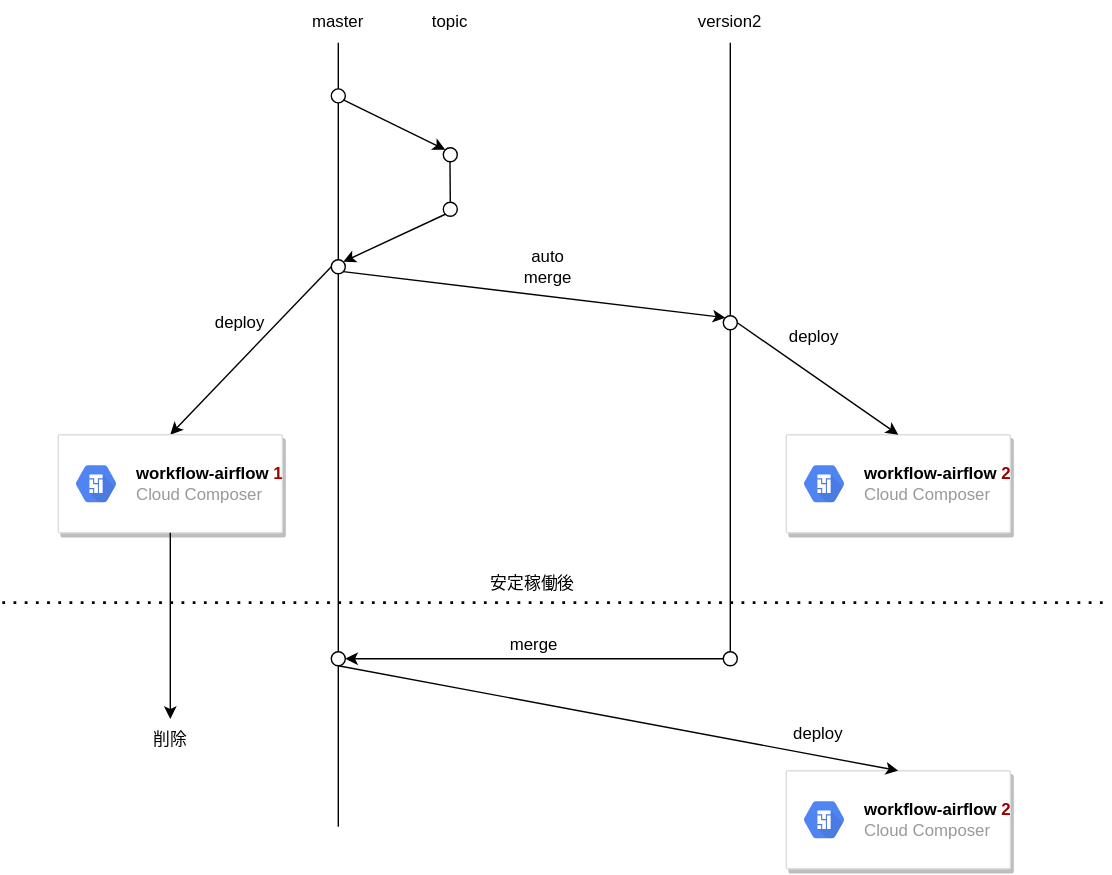
This is datatech_casual#2/deploy_flow.drawio.svg from reizist/slide, a draw.io export, as it was before one commit. Source tidied: cells renumbered, new cells last; positions are measured from the earlier drawing's top-left corner, leaving out a move shared by most shapes.
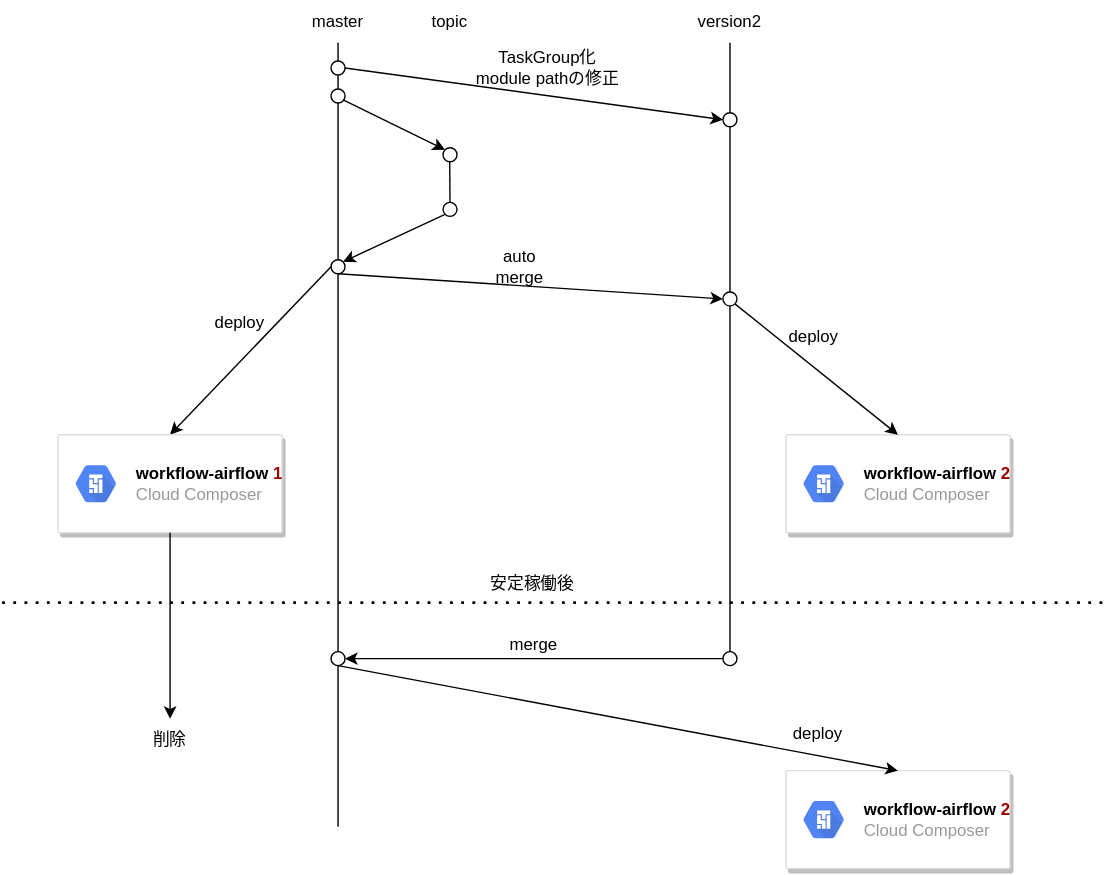
The same file after the commit.

Commit message:
Modify datatech_casual#2

What changed in the source:
```diff
@@ -2,9 +2,6 @@
   <root>
     <mxCell id="0" />
     <mxCell id="1" parent="0" />
-    <mxCell id="2" style="endArrow=classic;html=1;exitX=1;exitY=1;exitDx=0;exitDy=0;entryX=0;entryY=0;entryDx=0;entryDy=0;" parent="1" edge="1" source="15" target="17">
-      <mxGeometry relative="1" as="geometry" />
-    </mxCell>
     <mxCell id="3" style="endArrow=none;html=1;startArrow=none;" parent="1" edge="1" source="7">
       <mxGeometry relative="1" as="geometry">
         <mxPoint x="240" y="30" as="targetPoint" />
@@ -13,7 +10,7 @@
     <mxCell id="4" value="master" style="text;html=1;strokeColor=none;fillColor=none;align=center;verticalAlign=middle;whiteSpace=wrap;rounded=0;" parent="1" vertex="1">
       <mxGeometry x="210" width="60" height="30" as="geometry" />
     </mxCell>
-    <mxCell id="5" style="endArrow=none;html=1;startArrow=none;" parent="1" edge="1" source="17">
+    <mxCell id="5" style="endArrow=none;html=1;startArrow=none;" parent="1" edge="1" source="42">
       <mxGeometry relative="1" as="geometry">
         <mxPoint x="520" y="30" as="targetPoint" />
       </mxGeometry>
@@ -56,14 +53,11 @@
       <mxGeometry relative="1" as="geometry" />
     </mxCell>
     <mxCell id="17" style="ellipse;whiteSpace=wrap;html=1;" parent="1" vertex="1">
-      <mxGeometry x="515" y="225" width="10" height="10" as="geometry" />
+      <mxGeometry x="515" y="208" width="10" height="10" as="geometry" />
     </mxCell>
     <mxCell id="18" style="endArrow=none;html=1;startArrow=none;" parent="1" edge="1" source="30" target="17">
       <mxGeometry relative="1" as="geometry" />
     </mxCell>
-    <mxCell id="19" value="auto merge" style="text;html=1;strokeColor=none;fillColor=none;align=center;verticalAlign=middle;whiteSpace=wrap;rounded=0;" parent="1" vertex="1">
-      <mxGeometry x="360" y="175" width="60" height="30" as="geometry" />
-    </mxCell>
     <mxCell id="20" style="endArrow=classic;html=1;exitX=0;exitY=0.5;exitDx=0;exitDy=0;entryX=0.5;entryY=0;entryDx=0;entryDy=0;" parent="1" edge="1" source="15" target="21">
       <mxGeometry relative="1" as="geometry" />
     </mxCell>
@@ -86,10 +80,8 @@
     <mxCell id="25" value="deploy" style="text;html=1;strokeColor=none;fillColor=none;align=center;verticalAlign=middle;whiteSpace=wrap;rounded=0;" parent="1" vertex="1">
       <mxGeometry x="140" y="215" width="60" height="30" as="geometry" />
     </mxCell>
-    <mxCell id="26" style="endArrow=classic;html=1;exitX=0;exitY=0.5;exitDx=0;exitDy=0;entryX=0.5;entryY=0;entryDx=0;entryDy=0;" parent="1" edge="1" target="23">
-      <mxGeometry relative="1" as="geometry">
-        <mxPoint x="525" y="230" as="sourcePoint" />
-      </mxGeometry>
+    <mxCell id="26" style="endArrow=classic;html=1;exitX=1;exitY=1;exitDx=0;exitDy=0;entryX=0.5;entryY=0;entryDx=0;entryDy=0;" parent="1" edge="1" source="17" target="23">
+      <mxGeometry relative="1" as="geometry" />
     </mxCell>
     <mxCell id="27" value="deploy" style="text;html=1;strokeColor=none;fillColor=none;align=center;verticalAlign=middle;whiteSpace=wrap;rounded=0;" parent="1" vertex="1">
       <mxGeometry x="550" y="225" width="60" height="30" as="geometry" />
@@ -140,5 +132,26 @@
     <mxCell id="40" value="削除" style="text;html=1;strokeColor=none;fillColor=none;align=center;verticalAlign=middle;whiteSpace=wrap;rounded=0;" parent="1" vertex="1">
       <mxGeometry x="90" y="513" width="60" height="30" as="geometry" />
     </mxCell>
+    <mxCell id="2" style="endArrow=classic;html=1;exitX=0.5;exitY=1;exitDx=0;exitDy=0;entryX=0;entryY=0.5;entryDx=0;entryDy=0;" parent="1" edge="1" source="15" target="17">
+      <mxGeometry relative="1" as="geometry" />
+    </mxCell>
+    <mxCell id="19" value="auto merge" style="text;html=1;strokeColor=none;fillColor=none;align=center;verticalAlign=middle;whiteSpace=wrap;rounded=0;" parent="1" vertex="1">
+      <mxGeometry x="340" y="175" width="60" height="30" as="geometry" />
+    </mxCell>
+    <mxCell id="41" style="ellipse;whiteSpace=wrap;html=1;" parent="1" vertex="1">
+      <mxGeometry x="235" y="43" width="10" height="10" as="geometry" />
+    </mxCell>
+    <mxCell id="42" style="ellipse;whiteSpace=wrap;html=1;" parent="1" vertex="1">
+      <mxGeometry x="515" y="80" width="10" height="10" as="geometry" />
+    </mxCell>
+    <mxCell id="43" style="endArrow=none;html=1;startArrow=none;" parent="1" edge="1" source="17" target="42">
+      <mxGeometry relative="1" as="geometry" />
+    </mxCell>
+    <mxCell id="44" style="endArrow=classic;html=1;exitX=1;exitY=0.5;exitDx=0;exitDy=0;entryX=0;entryY=0.5;entryDx=0;entryDy=0;" parent="1" edge="1" source="41" target="42">
+      <mxGeometry relative="1" as="geometry" />
+    </mxCell>
+    <mxCell id="45" value="TaskGroup化&lt;br&gt;module pathの修正" style="text;html=1;strokeColor=none;fillColor=none;align=center;verticalAlign=middle;whiteSpace=wrap;rounded=0;" parent="1" vertex="1">
+      <mxGeometry x="330" y="33" width="120" height="30" as="geometry" />
+    </mxCell>
   </root>
 </mxGraphModel>
```
